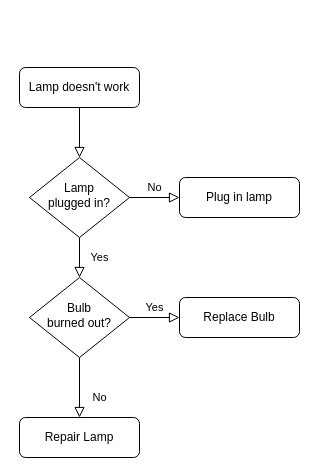
The draw.io diagram Untitled Diagram.drawio in NhaDo/Note-Management, before the edit. Source tidied: cells renumbered, new cells numbered last; positions are measured from the earlier drawing's top-left corner, leaving out a move shared by most shapes. Both pictures are drawn from the tidied source at 100%, with x=0, y=0 at pixel (19, 67).
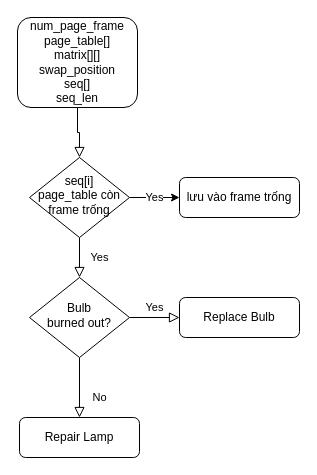
Above is the later version.

The edit, as a diff of the source:
```diff
@@
 <mxGraphModel>
   <root>
     <mxCell id="0" />
     <mxCell id="1" parent="0" />
     <mxCell id="2" style="rounded=0;html=1;jettySize=auto;fontSize=11;endArrow=block;endFill=0;endSize=8;strokeWidth=1;shadow=0;labelBackgroundColor=none;edgeStyle=orthogonalEdgeStyle;" parent="1" edge="1" source="3" target="6">
       <mxGeometry relative="1" as="geometry" />
     </mxCell>
-    <mxCell id="3" value="Lamp doesn't work" style="rounded=1;whiteSpace=wrap;html=1;fontSize=12;glass=0;strokeWidth=1;shadow=0;" parent="1" vertex="1">
-      <mxGeometry width="120" height="40" as="geometry" />
+    <mxCell id="3" value="num_page_frame&lt;br&gt;page_table[]&lt;br&gt;matrix[][]&lt;br&gt;swap_position&lt;br&gt;seq[]&lt;br&gt;seq_len" style="rounded=1;whiteSpace=wrap;html=1;fontSize=12;glass=0;strokeWidth=1;shadow=0;" parent="1" vertex="1">
+      <mxGeometry x="-2" y="-50" width="120" height="90" as="geometry" />
     </mxCell>
     <mxCell id="4" value="Yes" style="rounded=0;html=1;jettySize=auto;fontSize=11;endArrow=block;endFill=0;endSize=8;strokeWidth=1;shadow=0;labelBackgroundColor=none;edgeStyle=orthogonalEdgeStyle;" parent="1" edge="1" source="6" target="10">
       <mxGeometry y="20" relative="1" as="geometry" />
     </mxCell>
-    <mxCell id="5" value="No" style="edgeStyle=orthogonalEdgeStyle;rounded=0;html=1;jettySize=auto;fontSize=11;endArrow=block;endFill=0;endSize=8;strokeWidth=1;shadow=0;labelBackgroundColor=none;" parent="1" edge="1" source="6" target="7">
-      <mxGeometry y="10" relative="1" as="geometry" />
+    <mxCell id="5" value="Yes" style="edgeStyle=orthogonalEdgeStyle;rounded=0;jettySize=auto;html=1;" parent="1" edge="1" source="6" target="7">
+      <mxGeometry relative="1" as="geometry" />
     </mxCell>
-    <mxCell id="6" value="Lamp&lt;br&gt;plugged in?" style="rhombus;whiteSpace=wrap;html=1;shadow=0;fontFamily=Helvetica;fontSize=12;align=center;strokeWidth=1;spacing=6;spacingTop=-4;" parent="1" vertex="1">
+    <mxCell id="6" value="seq[i]&lt;br&gt;page_table còn frame trống" style="rhombus;whiteSpace=wrap;html=1;shadow=0;fontFamily=Helvetica;fontSize=12;align=center;strokeWidth=1;spacing=6;spacingTop=-4;" parent="1" vertex="1">
       <mxGeometry x="10" y="90" width="100" height="80" as="geometry" />
     </mxCell>
-    <mxCell id="7" value="Plug in lamp" style="rounded=1;whiteSpace=wrap;html=1;fontSize=12;glass=0;strokeWidth=1;shadow=0;" parent="1" vertex="1">
+    <mxCell id="7" value="lưu vào frame trống" style="rounded=1;whiteSpace=wrap;html=1;fontSize=12;glass=0;strokeWidth=1;shadow=0;" parent="1" vertex="1">
       <mxGeometry x="160" y="110" width="120" height="40" as="geometry" />
     </mxCell>
     <mxCell id="8" value="No" style="rounded=0;html=1;jettySize=auto;fontSize=11;endArrow=block;endFill=0;endSize=8;strokeWidth=1;shadow=0;labelBackgroundColor=none;edgeStyle=orthogonalEdgeStyle;" parent="1" edge="1" source="10" target="11">
       <mxGeometry x="0.33" y="20" relative="1" as="geometry" />
     </mxCell>
     <mxCell id="9" value="Yes" style="edgeStyle=orthogonalEdgeStyle;rounded=0;html=1;jettySize=auto;fontSize=11;endArrow=block;endFill=0;endSize=8;strokeWidth=1;shadow=0;labelBackgroundColor=none;" parent="1" edge="1" source="10" target="12">
       <mxGeometry y="10" relative="1" as="geometry" />
     </mxCell>
     <mxCell id="10" value="Bulb&lt;br&gt;burned out?" style="rhombus;whiteSpace=wrap;html=1;shadow=0;fontFamily=Helvetica;fontSize=12;align=center;strokeWidth=1;spacing=6;spacingTop=-4;" parent="1" vertex="1">
       <mxGeometry x="10" y="210" width="100" height="80" as="geometry" />
     </mxCell>
     <mxCell id="11" value="Repair Lamp" style="rounded=1;whiteSpace=wrap;html=1;fontSize=12;glass=0;strokeWidth=1;shadow=0;" parent="1" vertex="1">
       <mxGeometry y="350" width="120" height="40" as="geometry" />
     </mxCell>
     <mxCell id="12" value="Replace Bulb" style="rounded=1;whiteSpace=wrap;html=1;fontSize=12;glass=0;strokeWidth=1;shadow=0;" parent="1" vertex="1">
       <mxGeometry x="160" y="230" width="120" height="40" as="geometry" />
     </mxCell>
   </root>
 </mxGraphModel>
```
